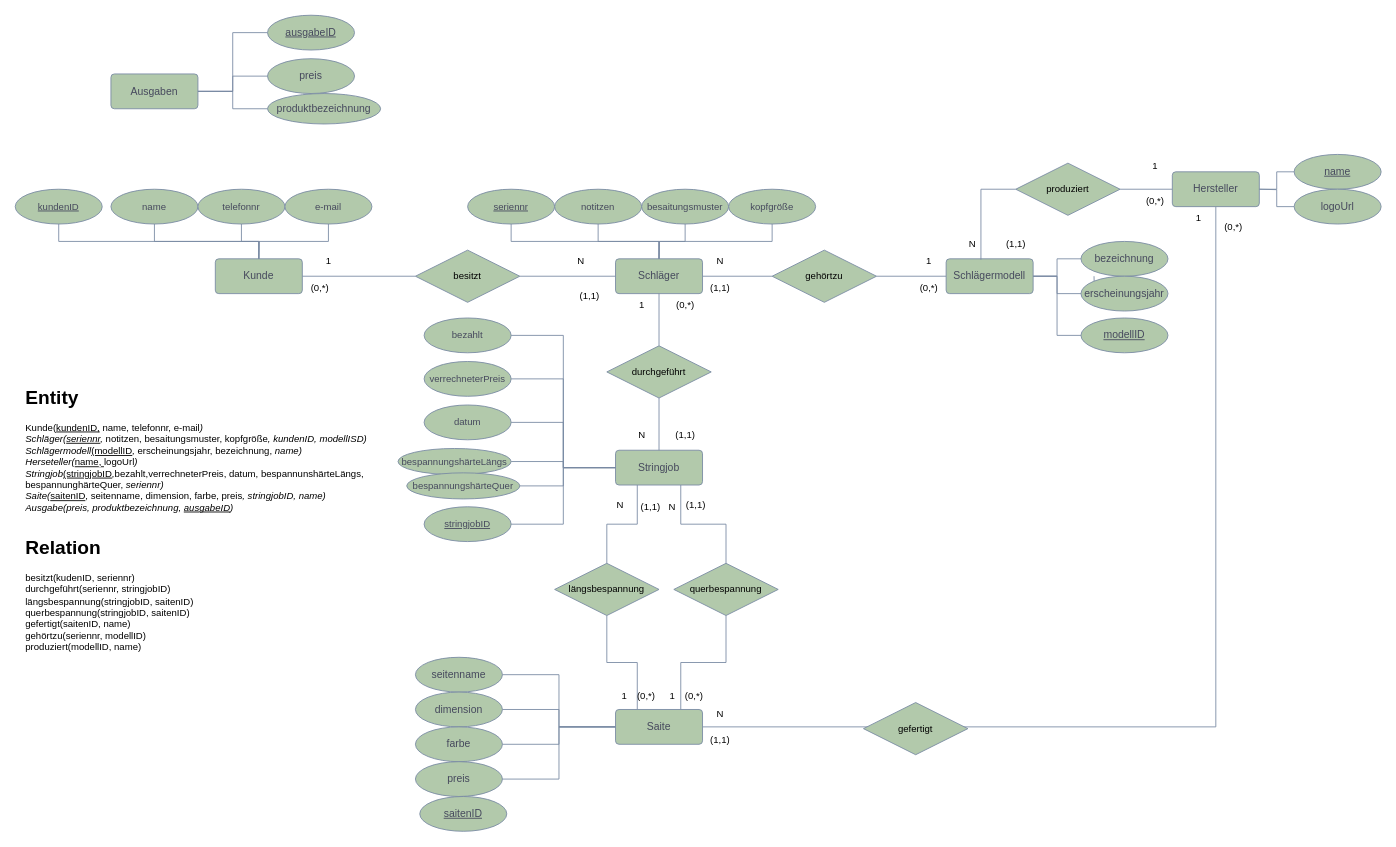
This is Stringer.drawio from IP2312/Database, a draw.io file, before an edit. Source tidied: cells renumbered, new cells numbered last; positions are measured from the earlier drawing's top-left corner, leaving out a move shared by most shapes. Both pictures are drawn from the tidied source at 87%, with x=0, y=0 at pixel (15, 15).
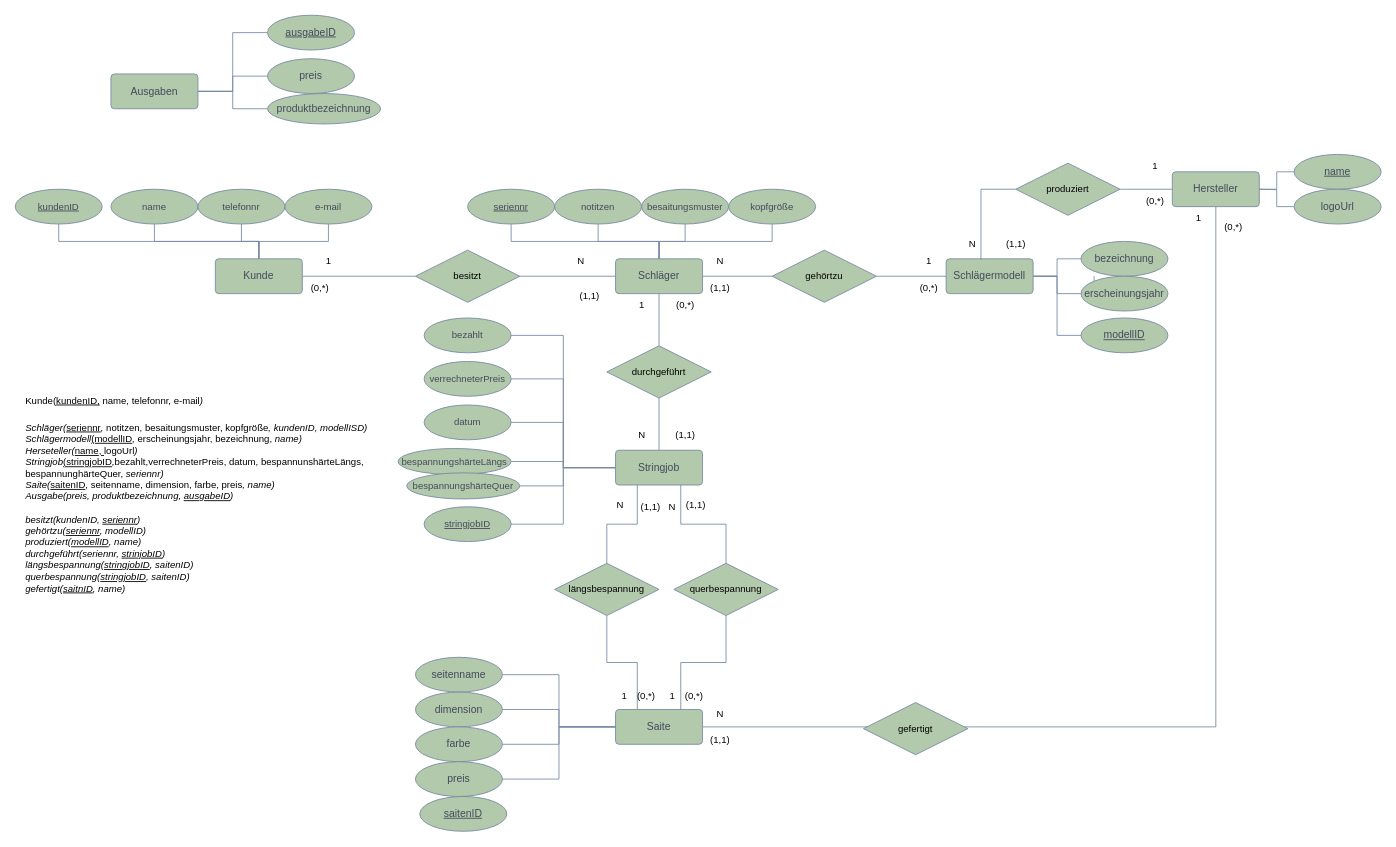
The same page after the edit.

Diff of the diagram source:
```diff
@@
-    <mxCell id="98" value="&lt;h1 style=&quot;margin-top: 0px;&quot;&gt;&lt;span style=&quot;background-color: transparent; color: light-dark(rgb(0, 0, 0), rgb(255, 255, 255));&quot;&gt;Entity&amp;nbsp;&lt;/span&gt;&lt;/h1&gt;&lt;div&gt;&lt;span style=&quot;background-color: transparent; color: light-dark(rgb(0, 0, 0), rgb(255, 255, 255));&quot;&gt;Kunde(&lt;u&gt;kundenID,&lt;/u&gt; name, telefonnr, e-mail&lt;i&gt;)&lt;/i&gt;&lt;/span&gt;&lt;/div&gt;&lt;div&gt;&lt;span style=&quot;background-color: transparent; color: light-dark(rgb(0, 0, 0), rgb(255, 255, 255));&quot;&gt;&lt;i&gt;Schläger(&lt;u&gt;seriennr&lt;/u&gt;,&lt;/i&gt; notitzen, besaitungsmuster, kopfgröße&lt;i&gt;, kundenID, modellISD)&lt;/i&gt;&lt;/span&gt;&lt;/div&gt;&lt;div&gt;&lt;span style=&quot;background-color: transparent; color: light-dark(rgb(0, 0, 0), rgb(255, 255, 255));&quot;&gt;&lt;i&gt;Schlägermodell&lt;/i&gt;&lt;u style=&quot;&quot;&gt;(modellID&lt;/u&gt;&lt;i&gt;,&lt;/i&gt; erscheinungsjahr, bezeichnung, &lt;i&gt;name)&lt;/i&gt;&lt;/span&gt;&lt;/div&gt;&lt;div&gt;&lt;span style=&quot;background-color: transparent; color: light-dark(rgb(0, 0, 0), rgb(255, 255, 255));&quot;&gt;&lt;i&gt;Herseteller(&lt;/i&gt;&lt;u&gt;name&lt;/u&gt;&lt;u style=&quot;&quot;&gt;, &lt;/u&gt;logoUrl&lt;i&gt;)&lt;/i&gt;&lt;/span&gt;&lt;/div&gt;&lt;div&gt;&lt;span style=&quot;background-color: transparent; color: light-dark(rgb(0, 0, 0), rgb(255, 255, 255));&quot;&gt;&lt;i&gt;Stringjob&lt;/i&gt;&lt;u style=&quot;&quot;&gt;(stringjobID&lt;/u&gt;&lt;i&gt;,&lt;/i&gt;bezahlt,verrechneterPreis, datum, bespannunshärteLängs, bespannunghärteQuer,&lt;i&gt; seriennr)&lt;/i&gt;&lt;/span&gt;&lt;/div&gt;&lt;div&gt;&lt;span style=&quot;background-color: transparent; color: light-dark(rgb(0, 0, 0), rgb(255, 255, 255));&quot;&gt;&lt;i&gt;Saite(&lt;/i&gt;&lt;u&gt;saitenID&lt;/u&gt;, seitenname, dimension, farbe, preis&lt;i&gt;, stringjobID, name)&lt;/i&gt;&lt;/span&gt;&lt;/div&gt;&lt;div&gt;&lt;span style=&quot;background-color: transparent; color: light-dark(rgb(0, 0, 0), rgb(255, 255, 255));&quot;&gt;&lt;i&gt;Ausgabe(preis, produktbezeichnung, &lt;u&gt;ausgabeID&lt;/u&gt;)&lt;/i&gt;&lt;/span&gt;&lt;/div&gt;&lt;div&gt;&lt;span style=&quot;background-color: transparent; color: light-dark(rgb(0, 0, 0), rgb(255, 255, 255));&quot;&gt;&lt;i&gt;&lt;br&gt;&lt;/i&gt;&lt;/span&gt;&lt;/div&gt;&lt;div&gt;&lt;span style=&quot;background-color: transparent; color: light-dark(rgb(0, 0, 0), rgb(255, 255, 255));&quot;&gt;&lt;i&gt;&lt;br&gt;&lt;/i&gt;&lt;/span&gt;&lt;/div&gt;&lt;h1 style=&quot;margin-top: 0px;&quot;&gt;&lt;span style=&quot;background-color: transparent; color: light-dark(rgb(0, 0, 0), rgb(255, 255, 255));&quot;&gt;Relation&lt;/span&gt;&lt;/h1&gt;&lt;div&gt;besitzt(kudenID, seriennr)&lt;/div&gt;&lt;div&gt;durchgeführt(seriennr, stringjobID)&lt;/div&gt;&lt;div&gt;längsbespannung(stringjobID, saitenID)&lt;/div&gt;&lt;div&gt;querbespannung(stringjobID, saitenID)&lt;/div&gt;&lt;div&gt;gefertigt(saitenID, name)&lt;/div&gt;&lt;div&gt;gehörtzu(seriennr, modellID)&lt;/div&gt;&lt;div&gt;produziert(modellID, name)&lt;/div&gt;&lt;h1 style=&quot;margin-top: 0px;&quot;&gt;&lt;span style=&quot;background-color: transparent; color: light-dark(rgb(0, 0, 0), rgb(255, 255, 255)); font-size: 11px; font-weight: normal;&quot;&gt;&lt;br&gt;&lt;/span&gt;&lt;/h1&gt;&lt;h1 style=&quot;margin-top: 0px;&quot;&gt;&lt;br&gt;&lt;/h1&gt;" style="text;html=1;whiteSpace=wrap;overflow=hidden;rounded=0;fontFamily=Helvetica;fontSize=11;fontColor=default;labelBackgroundColor=none;" parent="1" vertex="1">
+    <mxCell id="98" value="&lt;h1 style=&quot;margin-top: 0px;&quot;&gt;&lt;span style=&quot;background-color: transparent; color: light-dark(rgb(0, 0, 0), rgb(255, 255, 255)); font-size: 11px; font-weight: normal;&quot;&gt;Kunde(&lt;/span&gt;&lt;u style=&quot;background-color: transparent; color: light-dark(rgb(0, 0, 0), rgb(255, 255, 255)); font-size: 11px; font-weight: normal;&quot;&gt;kundenID,&lt;/u&gt;&lt;span style=&quot;background-color: transparent; color: light-dark(rgb(0, 0, 0), rgb(255, 255, 255)); font-size: 11px; font-weight: normal;&quot;&gt; name, telefonnr, e-mail&lt;/span&gt;&lt;i style=&quot;background-color: transparent; color: light-dark(rgb(0, 0, 0), rgb(255, 255, 255)); font-size: 11px; font-weight: normal;&quot;&gt;)&lt;/i&gt;&lt;/h1&gt;&lt;div&gt;&lt;span style=&quot;background-color: transparent; color: light-dark(rgb(0, 0, 0), rgb(255, 255, 255));&quot;&gt;&lt;i&gt;Schläger(&lt;/i&gt;&lt;u style=&quot;&quot;&gt;seriennr&lt;/u&gt;&lt;i&gt;,&lt;/i&gt; notitzen, besaitungsmuster, kopfgröße&lt;i&gt;, kundenID, modellISD)&lt;/i&gt;&lt;/span&gt;&lt;/div&gt;&lt;div&gt;&lt;span style=&quot;background-color: transparent; color: light-dark(rgb(0, 0, 0), rgb(255, 255, 255));&quot;&gt;&lt;i&gt;Schlägermodell&lt;/i&gt;&lt;u style=&quot;&quot;&gt;(modellID&lt;/u&gt;&lt;i&gt;,&lt;/i&gt; erscheinungsjahr, bezeichnung, &lt;i&gt;name)&lt;/i&gt;&lt;/span&gt;&lt;/div&gt;&lt;div&gt;&lt;span style=&quot;background-color: transparent; color: light-dark(rgb(0, 0, 0), rgb(255, 255, 255));&quot;&gt;&lt;i&gt;Herseteller(&lt;/i&gt;&lt;u&gt;name&lt;/u&gt;&lt;u style=&quot;&quot;&gt;, &lt;/u&gt;logoUrl&lt;i&gt;)&lt;/i&gt;&lt;/span&gt;&lt;/div&gt;&lt;div&gt;&lt;span style=&quot;background-color: transparent; color: light-dark(rgb(0, 0, 0), rgb(255, 255, 255));&quot;&gt;&lt;i&gt;Stringjob&lt;/i&gt;&lt;u style=&quot;&quot;&gt;(stringjobID&lt;/u&gt;&lt;i&gt;,&lt;/i&gt;bezahlt,verrechneterPreis, datum, bespannunshärteLängs, bespannunghärteQuer,&lt;i&gt; seriennr)&lt;/i&gt;&lt;/span&gt;&lt;/div&gt;&lt;div&gt;&lt;span style=&quot;background-color: transparent; color: light-dark(rgb(0, 0, 0), rgb(255, 255, 255));&quot;&gt;&lt;i&gt;Saite(&lt;/i&gt;&lt;u&gt;saitenID&lt;/u&gt;, seitenname, dimension, farbe, preis&lt;i&gt;, name)&lt;/i&gt;&lt;/span&gt;&lt;/div&gt;&lt;div&gt;&lt;span style=&quot;background-color: transparent; color: light-dark(rgb(0, 0, 0), rgb(255, 255, 255));&quot;&gt;&lt;i&gt;Ausgabe(preis, produktbezeichnung, &lt;u&gt;ausgabeID&lt;/u&gt;)&lt;/i&gt;&lt;/span&gt;&lt;/div&gt;&lt;div&gt;&lt;span style=&quot;background-color: transparent; color: light-dark(rgb(0, 0, 0), rgb(255, 255, 255));&quot;&gt;&lt;i&gt;&lt;br&gt;&lt;/i&gt;&lt;/span&gt;&lt;/div&gt;&lt;div&gt;&lt;span style=&quot;background-color: transparent; color: light-dark(rgb(0, 0, 0), rgb(255, 255, 255));&quot;&gt;&lt;i&gt;besitzt(kundenID, &lt;u&gt;seriennr&lt;/u&gt;)&lt;/i&gt;&lt;/span&gt;&lt;/div&gt;&lt;div&gt;&lt;span style=&quot;background-color: transparent; color: light-dark(rgb(0, 0, 0), rgb(255, 255, 255));&quot;&gt;&lt;i&gt;gehörtzu(&lt;u&gt;seriennr&lt;/u&gt;, modellID)&lt;/i&gt;&lt;/span&gt;&lt;/div&gt;&lt;div&gt;&lt;span style=&quot;background-color: transparent; color: light-dark(rgb(0, 0, 0), rgb(255, 255, 255));&quot;&gt;&lt;i&gt;produziert(&lt;u&gt;modellID&lt;/u&gt;, name)&lt;/i&gt;&lt;/span&gt;&lt;/div&gt;&lt;div&gt;&lt;i&gt;durchgeführt(seriennr, &lt;u&gt;strinjobID&lt;/u&gt;)&lt;/i&gt;&lt;/div&gt;&lt;div&gt;&lt;i&gt;längsbespannung(&lt;u&gt;stringjobID&lt;/u&gt;, saitenID)&lt;/i&gt;&lt;/div&gt;&lt;div&gt;&lt;i&gt;querbespannung(&lt;u&gt;stringjobID&lt;/u&gt;, saitenID)&lt;/i&gt;&lt;i&gt;&lt;/i&gt;&lt;/div&gt;&lt;div&gt;&lt;i&gt;gefertigt(&lt;u&gt;saitnID&lt;/u&gt;, name)&lt;/i&gt;&lt;/div&gt;&lt;div&gt;&lt;span style=&quot;background-color: transparent; color: light-dark(rgb(0, 0, 0), rgb(255, 255, 255));&quot;&gt;&lt;i&gt;&lt;br&gt;&lt;/i&gt;&lt;/span&gt;&lt;/div&gt;&lt;div&gt;&lt;span style=&quot;background-color: transparent; color: light-dark(rgb(0, 0, 0), rgb(255, 255, 255));&quot;&gt;&lt;i&gt;&lt;br&gt;&lt;/i&gt;&lt;/span&gt;&lt;/div&gt;&lt;h1 style=&quot;margin-top: 0px;&quot;&gt;&lt;br&gt;&lt;/h1&gt;&lt;div&gt;&lt;br&gt;&lt;/div&gt;&lt;h1 style=&quot;margin-top: 0px;&quot;&gt;&lt;br&gt;&lt;/h1&gt;" style="text;html=1;whiteSpace=wrap;overflow=hidden;rounded=0;fontFamily=Helvetica;fontSize=11;fontColor=default;labelBackgroundColor=none;" parent="1" vertex="1">
       <mxGeometry x="10" y="420" width="420" height="400" as="geometry" />
     </mxCell>
```
